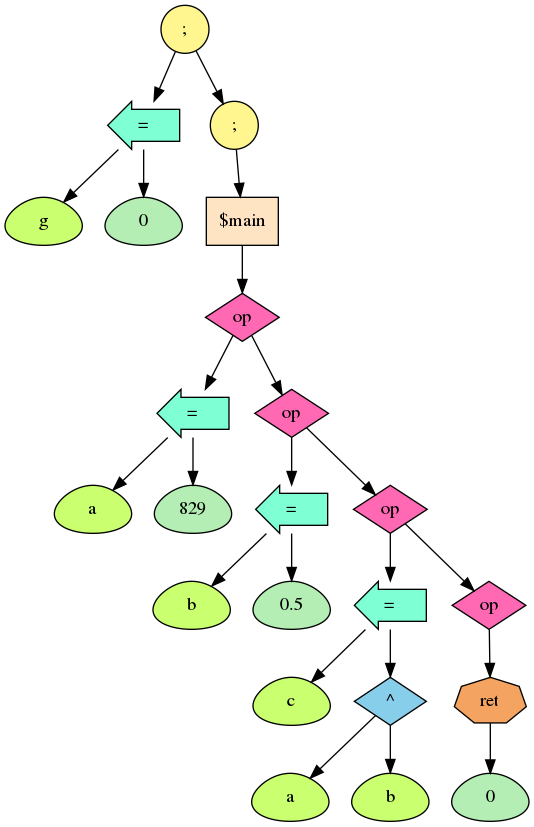
Earlier version of the Graphviz export my_dot/temp.png (BiscuitsLayer/9_MyLanguage). Its source is kept beside it as my_dot/temp.dot. Its diagram source:
```dot
digraph G {
fontsize = 50
94730006502176[label = ";", style = "filled", fillcolor = "khaki1", shape = "circle"]
94730006502304[label = "=", style = "filled", fillcolor = "aquamarine", shape = "larrow"]
94730006502176 -> 94730006502304
94730006502304[label = "=", style = "filled", fillcolor = "aquamarine", shape = "larrow"]
94730006502368[label = "g", style = "filled", fillcolor = "darkolivegreen1", shape = "egg"]
94730006502304 -> 94730006502368
94730006502368[label = "g", style = "filled", fillcolor = "darkolivegreen1", shape = "egg"]
94730006502304[label = "=", style = "filled", fillcolor = "aquamarine", shape = "larrow"]
94730006502624[label = "0", style = "filled", fillcolor = "darkseagreen2", shape = "egg"]
94730006502304 -> 94730006502624
94730006502624[label = "0", style = "filled", fillcolor = "darkseagreen2", shape = "egg"]
94730006502176[label = ";", style = "filled", fillcolor = "khaki1", shape = "circle"]
94730006502688[label = ";", style = "filled", fillcolor = "khaki1", shape = "circle"]
94730006502176 -> 94730006502688
94730006502688[label = ";", style = "filled", fillcolor = "khaki1", shape = "circle"]
94730006502816[label = "$main", style = "filled", fillcolor = "bisque", shape = "box"]
94730006502688 -> 94730006502816
94730006502816[label = "$main", style = "filled", fillcolor = "bisque", shape = "box"]
94730006503072[label = "op", style = "filled", fillcolor = "hotpink", shape = "diamond"]
94730006502816 -> 94730006503072
94730006503072[label = "op", style = "filled", fillcolor = "hotpink", shape = "diamond"]
94730006503200[label = "=", style = "filled", fillcolor = "aquamarine", shape = "larrow"]
94730006503072 -> 94730006503200
94730006503200[label = "=", style = "filled", fillcolor = "aquamarine", shape = "larrow"]
94730006503264[label = "a", style = "filled", fillcolor = "darkolivegreen1", shape = "egg"]
94730006503200 -> 94730006503264
94730006503264[label = "a", style = "filled", fillcolor = "darkolivegreen1", shape = "egg"]
94730006503200[label = "=", style = "filled", fillcolor = "aquamarine", shape = "larrow"]
94730006503520[label = "829", style = "filled", fillcolor = "darkseagreen2", shape = "egg"]
94730006503200 -> 94730006503520
94730006503520[label = "829", style = "filled", fillcolor = "darkseagreen2", shape = "egg"]
94730006503072[label = "op", style = "filled", fillcolor = "hotpink", shape = "diamond"]
94730006503648[label = "op", style = "filled", fillcolor = "hotpink", shape = "diamond"]
94730006503072 -> 94730006503648
94730006503648[label = "op", style = "filled", fillcolor = "hotpink", shape = "diamond"]
94730006503776[label = "=", style = "filled", fillcolor = "aquamarine", shape = "larrow"]
94730006503648 -> 94730006503776
94730006503776[label = "=", style = "filled", fillcolor = "aquamarine", shape = "larrow"]
94730006503840[label = "b", style = "filled", fillcolor = "darkolivegreen1", shape = "egg"]
94730006503776 -> 94730006503840
94730006503840[label = "b", style = "filled", fillcolor = "darkolivegreen1", shape = "egg"]
94730006503776[label = "=", style = "filled", fillcolor = "aquamarine", shape = "larrow"]
94730006504096[label = "0.5", style = "filled", fillcolor = "darkseagreen2", shape = "egg"]
94730006503776 -> 94730006504096
94730006504096[label = "0.5", style = "filled", fillcolor = "darkseagreen2", shape = "egg"]
94730006503648[label = "op", style = "filled", fillcolor = "hotpink", shape = "diamond"]
94730006504224[label = "op", style = "filled", fillcolor = "hotpink", shape = "diamond"]
94730006503648 -> 94730006504224
94730006504224[label = "op", style = "filled", fillcolor = "hotpink", shape = "diamond"]
94730006504352[label = "=", style = "filled", fillcolor = "aquamarine", shape = "larrow"]
94730006504224 -> 94730006504352
94730006504352[label = "=", style = "filled", fillcolor = "aquamarine", shape = "larrow"]
94730006504416[label = "c", style = "filled", fillcolor = "darkolivegreen1", shape = "egg"]
94730006504352 -> 94730006504416
94730006504416[label = "c", style = "filled", fillcolor = "darkolivegreen1", shape = "egg"]
94730006504352[label = "=", style = "filled", fillcolor = "aquamarine", shape = "larrow"]
94730006504608[label = "^", style = "filled", fillcolor = "skyblue", shape = "diamond"]
94730006504352 -> 94730006504608
94730006504608[label = "^", style = "filled", fillcolor = "skyblue", shape = "diamond"]
94730006504672[label = "a", style = "filled", fillcolor = "darkolivegreen1", shape = "egg"]
94730006504608 -> 94730006504672
94730006504672[label = "a", style = "filled", fillcolor = "darkolivegreen1", shape = "egg"]
94730006504608[label = "^", style = "filled", fillcolor = "skyblue", shape = "diamond"]
94730006504736[label = "b", style = "filled", fillcolor = "darkolivegreen1", shape = "egg"]
94730006504608 -> 94730006504736
94730006504736[label = "b", style = "filled", fillcolor = "darkolivegreen1", shape = "egg"]
94730006504224[label = "op", style = "filled", fillcolor = "hotpink", shape = "diamond"]
94730006504864[label = "op", style = "filled", fillcolor = "hotpink", shape = "diamond"]
94730006504224 -> 94730006504864
94730006504864[label = "op", style = "filled", fillcolor = "hotpink", shape = "diamond"]
94730006504992[label = "ret", style = "filled", fillcolor = "sandybrown", shape = "septagon"]
94730006504864 -> 94730006504992
94730006504992[label = "ret", style = "filled", fillcolor = "sandybrown", shape = "septagon"]
94730006505248[label = "0", style = "filled", fillcolor = "darkseagreen2", shape = "egg"]
94730006504992 -> 94730006505248
94730006505248[label = "0", style = "filled", fillcolor = "darkseagreen2", shape = "egg"]
}
```
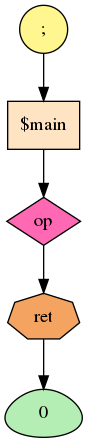
Later version of the same file.

Change to the diagram source:
```diff
@@ -1,79 +1,16 @@
 digraph G {
 fontsize = 50
-94730006502176[label = ";", style = "filled", fillcolor = "khaki1", shape = "circle"]
-94730006502304[label = "=", style = "filled", fillcolor = "aquamarine", shape = "larrow"]
-94730006502176 -> 94730006502304
-94730006502304[label = "=", style = "filled", fillcolor = "aquamarine", shape = "larrow"]
-94730006502368[label = "g", style = "filled", fillcolor = "darkolivegreen1", shape = "egg"]
-94730006502304 -> 94730006502368
-94730006502368[label = "g", style = "filled", fillcolor = "darkolivegreen1", shape = "egg"]
-94730006502304[label = "=", style = "filled", fillcolor = "aquamarine", shape = "larrow"]
-94730006502624[label = "0", style = "filled", fillcolor = "darkseagreen2", shape = "egg"]
-94730006502304 -> 94730006502624
-94730006502624[label = "0", style = "filled", fillcolor = "darkseagreen2", shape = "egg"]
-94730006502176[label = ";", style = "filled", fillcolor = "khaki1", shape = "circle"]
-94730006502688[label = ";", style = "filled", fillcolor = "khaki1", shape = "circle"]
-94730006502176 -> 94730006502688
-94730006502688[label = ";", style = "filled", fillcolor = "khaki1", shape = "circle"]
-94730006502816[label = "$main", style = "filled", fillcolor = "bisque", shape = "box"]
-94730006502688 -> 94730006502816
-94730006502816[label = "$main", style = "filled", fillcolor = "bisque", shape = "box"]
-94730006503072[label = "op", style = "filled", fillcolor = "hotpink", shape = "diamond"]
-94730006502816 -> 94730006503072
-94730006503072[label = "op", style = "filled", fillcolor = "hotpink", shape = "diamond"]
-94730006503200[label = "=", style = "filled", fillcolor = "aquamarine", shape = "larrow"]
-94730006503072 -> 94730006503200
-94730006503200[label = "=", style = "filled", fillcolor = "aquamarine", shape = "larrow"]
-94730006503264[label = "a", style = "filled", fillcolor = "darkolivegreen1", shape = "egg"]
-94730006503200 -> 94730006503264
-94730006503264[label = "a", style = "filled", fillcolor = "darkolivegreen1", shape = "egg"]
-94730006503200[label = "=", style = "filled", fillcolor = "aquamarine", shape = "larrow"]
-94730006503520[label = "829", style = "filled", fillcolor = "darkseagreen2", shape = "egg"]
-94730006503200 -> 94730006503520
-94730006503520[label = "829", style = "filled", fillcolor = "darkseagreen2", shape = "egg"]
-94730006503072[label = "op", style = "filled", fillcolor = "hotpink", shape = "diamond"]
-94730006503648[label = "op", style = "filled", fillcolor = "hotpink", shape = "diamond"]
-94730006503072 -> 94730006503648
-94730006503648[label = "op", style = "filled", fillcolor = "hotpink", shape = "diamond"]
-94730006503776[label = "=", style = "filled", fillcolor = "aquamarine", shape = "larrow"]
-94730006503648 -> 94730006503776
-94730006503776[label = "=", style = "filled", fillcolor = "aquamarine", shape = "larrow"]
-94730006503840[label = "b", style = "filled", fillcolor = "darkolivegreen1", shape = "egg"]
-94730006503776 -> 94730006503840
-94730006503840[label = "b", style = "filled", fillcolor = "darkolivegreen1", shape = "egg"]
-94730006503776[label = "=", style = "filled", fillcolor = "aquamarine", shape = "larrow"]
-94730006504096[label = "0.5", style = "filled", fillcolor = "darkseagreen2", shape = "egg"]
-94730006503776 -> 94730006504096
-94730006504096[label = "0.5", style = "filled", fillcolor = "darkseagreen2", shape = "egg"]
-94730006503648[label = "op", style = "filled", fillcolor = "hotpink", shape = "diamond"]
-94730006504224[label = "op", style = "filled", fillcolor = "hotpink", shape = "diamond"]
-94730006503648 -> 94730006504224
-94730006504224[label = "op", style = "filled", fillcolor = "hotpink", shape = "diamond"]
-94730006504352[label = "=", style = "filled", fillcolor = "aquamarine", shape = "larrow"]
-94730006504224 -> 94730006504352
-94730006504352[label = "=", style = "filled", fillcolor = "aquamarine", shape = "larrow"]
-94730006504416[label = "c", style = "filled", fillcolor = "darkolivegreen1", shape = "egg"]
-94730006504352 -> 94730006504416
-94730006504416[label = "c", style = "filled", fillcolor = "darkolivegreen1", shape = "egg"]
-94730006504352[label = "=", style = "filled", fillcolor = "aquamarine", shape = "larrow"]
-94730006504608[label = "^", style = "filled", fillcolor = "skyblue", shape = "diamond"]
-94730006504352 -> 94730006504608
-94730006504608[label = "^", style = "filled", fillcolor = "skyblue", shape = "diamond"]
-94730006504672[label = "a", style = "filled", fillcolor = "darkolivegreen1", shape = "egg"]
-94730006504608 -> 94730006504672
-94730006504672[label = "a", style = "filled", fillcolor = "darkolivegreen1", shape = "egg"]
-94730006504608[label = "^", style = "filled", fillcolor = "skyblue", shape = "diamond"]
-94730006504736[label = "b", style = "filled", fillcolor = "darkolivegreen1", shape = "egg"]
-94730006504608 -> 94730006504736
-94730006504736[label = "b", style = "filled", fillcolor = "darkolivegreen1", shape = "egg"]
-94730006504224[label = "op", style = "filled", fillcolor = "hotpink", shape = "diamond"]
-94730006504864[label = "op", style = "filled", fillcolor = "hotpink", shape = "diamond"]
-94730006504224 -> 94730006504864
-94730006504864[label = "op", style = "filled", fillcolor = "hotpink", shape = "diamond"]
-94730006504992[label = "ret", style = "filled", fillcolor = "sandybrown", shape = "septagon"]
-94730006504864 -> 94730006504992
-94730006504992[label = "ret", style = "filled", fillcolor = "sandybrown", shape = "septagon"]
-94730006505248[label = "0", style = "filled", fillcolor = "darkseagreen2", shape = "egg"]
-94730006504992 -> 94730006505248
-94730006505248[label = "0", style = "filled", fillcolor = "darkseagreen2", shape = "egg"]
+94557957851888[label = ";", style = "filled", fillcolor = "khaki1", shape = "circle"]
+94557957852016[label = "$main", style = "filled", fillcolor = "bisque", shape = "box"]
+94557957851888 -> 94557957852016
+94557957852016[label = "$main", style = "filled", fillcolor = "bisque", shape = "box"]
+94557957852272[label = "op", style = "filled", fillcolor = "hotpink", shape = "diamond"]
+94557957852016 -> 94557957852272
+94557957852272[label = "op", style = "filled", fillcolor = "hotpink", shape = "diamond"]
+94557957852400[label = "ret", style = "filled", fillcolor = "sandybrown", shape = "septagon"]
+94557957852272 -> 94557957852400
+94557957852400[label = "ret", style = "filled", fillcolor = "sandybrown", shape = "septagon"]
+94557957852656[label = "0", style = "filled", fillcolor = "darkseagreen2", shape = "egg"]
+94557957852400 -> 94557957852656
+94557957852656[label = "0", style = "filled", fillcolor = "darkseagreen2", shape = "egg"]
 }
```
